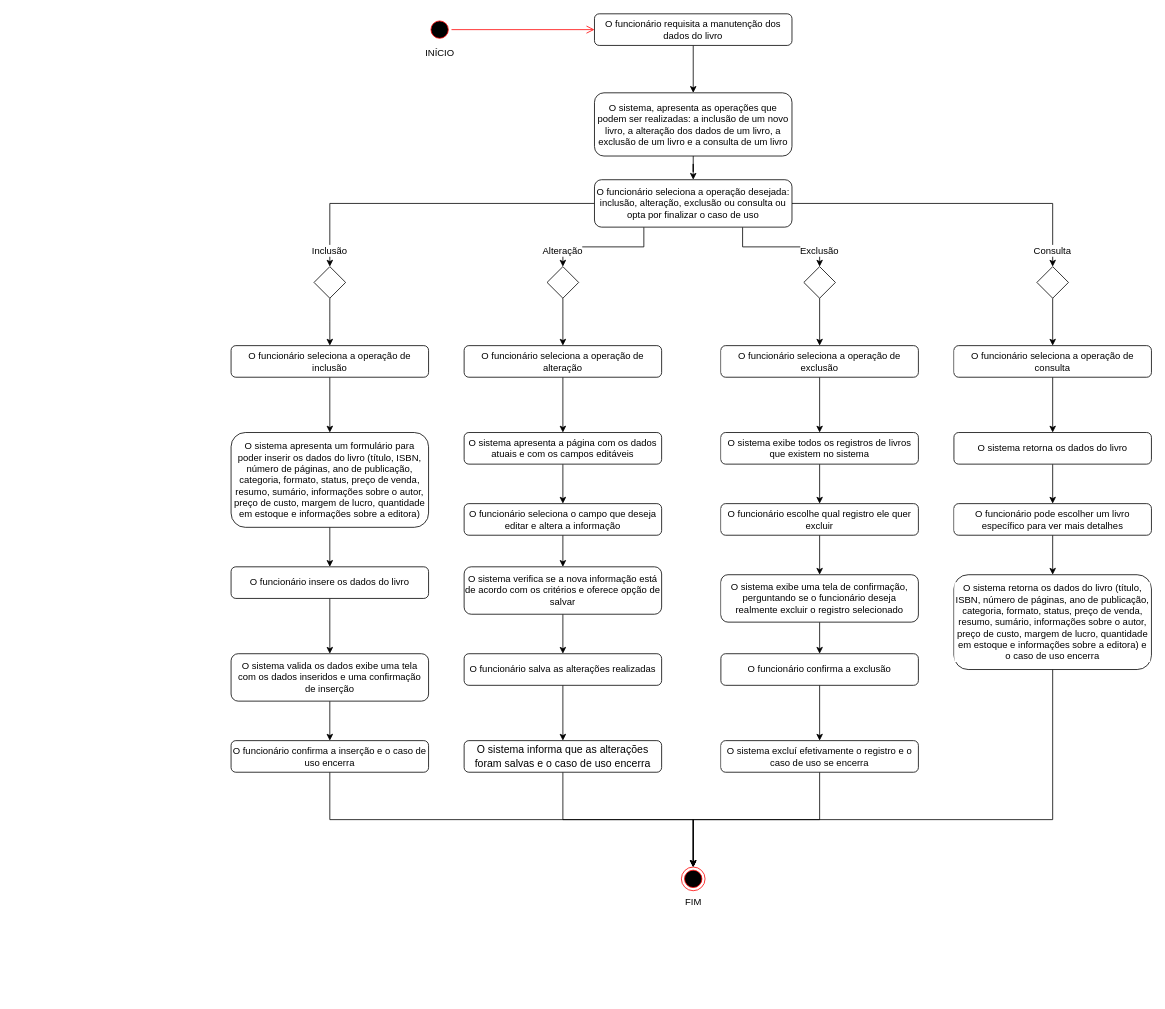
Before: Diagramas de atividade/Caso de uso 05.drawio in d4vwdi/engenharia-software, a draw.io diagram. Source tidied: cells renumbered, new cells numbered last; positions are measured from the earlier drawing's top-left corner, leaving out a move shared by most shapes. Both pictures are drawn from the tidied source at 79%, with x=0, y=0 at pixel (231, 13).
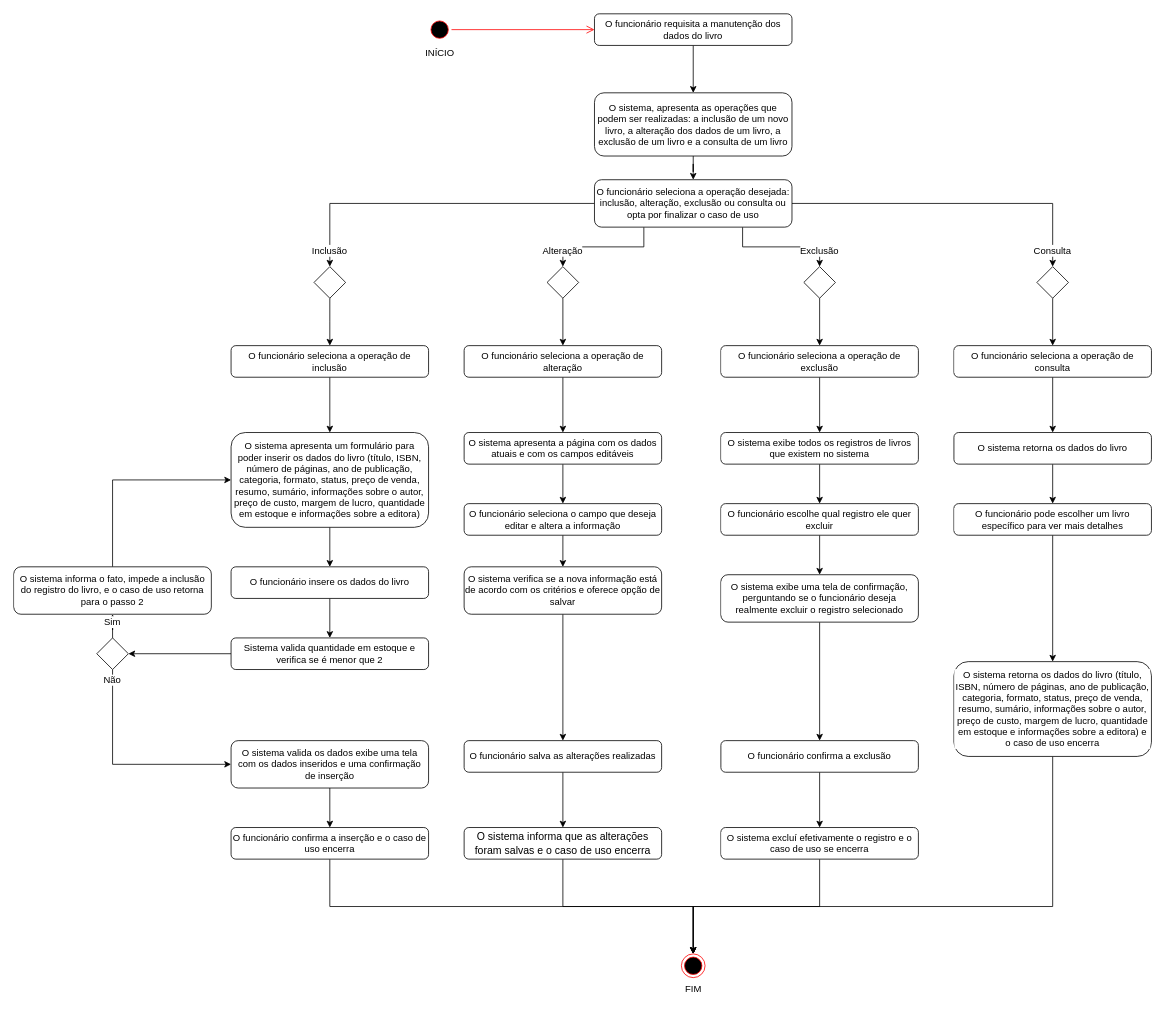
The same page after the edit.

Unchanged cells that the change refers to:
```xml
<mxCell id="19" value="O sistema apresenta um formulário para poder inserir os dados do livro (título, ISBN, número de páginas, ano de publicação, categoria, formato, status, preço de venda, resumo, sumário, informações sobre o autor, preço de custo, margem de lucro, quantidade em estoque e informações sobre a editora)" style="rounded=1;whiteSpace=wrap;html=1;verticalAlign=middle;align=center;" parent="1" vertex="1">
  <mxGeometry y="530" width="250" height="120" as="geometry" />
</mxCell>
<mxCell id="21" value="O funcionário insere os dados do livro" style="rounded=1;whiteSpace=wrap;html=1;verticalAlign=middle;align=center;" parent="1" vertex="1">
  <mxGeometry y="700" width="250" height="40" as="geometry" />
</mxCell>
```

What changed in the source:
```diff
@@
     <mxCell id="11" value="&lt;div&gt;FIM&lt;/div&gt;" style="ellipse;html=1;shape=endState;fillColor=#000000;strokeColor=#ff0000;align=center;verticalAlign=middle;labelPosition=center;verticalLabelPosition=bottom;" parent="1" vertex="1">
-      <mxGeometry x="570" y="1080" width="30" height="30" as="geometry" />
+      <mxGeometry x="570" y="1190" width="30" height="30" as="geometry" />
     </mxCell>
@@
-    <mxCell id="20" style="edgeStyle=orthogonalEdgeStyle;rounded=0;jettySize=auto;html=1;verticalAlign=middle;align=center;" parent="1" edge="1" source="21" target="23">
-      <mxGeometry relative="1" as="geometry" />
-    </mxCell>
+    <mxCell id="64" style="edgeStyle=orthogonalEdgeStyle;rounded=0;jettySize=auto;html=1;" parent="1" edge="1" source="21" target="69">
+      <mxGeometry relative="1" as="geometry" />
+    </mxCell>
@@
     <mxCell id="23" value="O sistema valida os dados exibe uma tela com os dados inseridos e uma confirmação de inserção" style="rounded=1;whiteSpace=wrap;html=1;verticalAlign=middle;align=center;" parent="1" vertex="1">
-      <mxGeometry y="810" width="250" height="60" as="geometry" />
+      <mxGeometry y="920" width="250" height="60" as="geometry" />
     </mxCell>
@@
     <mxCell id="25" value="O funcionário confirma a inserção e o caso de uso encerra" style="rounded=1;whiteSpace=wrap;html=1;verticalAlign=middle;align=center;" parent="1" vertex="1">
-      <mxGeometry y="920" width="250" height="40" as="geometry" />
+      <mxGeometry y="1030" width="250" height="40" as="geometry" />
     </mxCell>
@@
     <mxCell id="37" value="O funcionário salva as alterações realizadas" style="whiteSpace=wrap;html=1;rounded=1;verticalAlign=middle;align=center;" parent="1" vertex="1">
-      <mxGeometry x="295" y="810" width="250" height="40" as="geometry" />
+      <mxGeometry x="295" y="920" width="250" height="40" as="geometry" />
     </mxCell>
@@
     <mxCell id="39" value="&lt;span class=&quot;TextRun SCXW80983884 BCX2&quot; style=&quot;font-size: 10pt; line-height: 17.2667px; font-family: Arial, &amp;quot;Arial_EmbeddedFont&amp;quot;, &amp;quot;Arial_MSFontService&amp;quot;, sans-serif;&quot; lang=&quot;PT-BR&quot;&gt;&lt;span class=&quot;NormalTextRun SCXW80983884 BCX2&quot;&gt;O sistema informa que as alterações foram salvas e &lt;/span&gt;&lt;span class=&quot;NormalTextRun SCXW80983884 BCX2&quot;&gt;o caso de uso encerra&lt;/span&gt;&lt;/span&gt;" style="rounded=1;whiteSpace=wrap;html=1;verticalAlign=middle;align=center;" parent="1" vertex="1">
-      <mxGeometry x="295" y="920" width="250" height="40" as="geometry" />
+      <mxGeometry x="295" y="1030" width="250" height="40" as="geometry" />
     </mxCell>
@@
     <mxCell id="51" value="O funcionário confirma a exclusão" style="whiteSpace=wrap;html=1;rounded=1;labelBackgroundColor=default;" parent="1" vertex="1">
-      <mxGeometry x="620" y="810" width="250" height="40" as="geometry" />
+      <mxGeometry x="620" y="920" width="250" height="40" as="geometry" />
     </mxCell>
@@
     <mxCell id="53" value="O sistema excluí efetivamente o registro e o caso de uso se encerra" style="whiteSpace=wrap;html=1;rounded=1;labelBackgroundColor=default;" parent="1" vertex="1">
-      <mxGeometry x="620" y="920" width="250" height="40" as="geometry" />
+      <mxGeometry x="620" y="1030" width="250" height="40" as="geometry" />
     </mxCell>
@@
     <mxCell id="62" style="edgeStyle=orthogonalEdgeStyle;rounded=0;jettySize=auto;html=1;entryX=0.5;entryY=0;entryDx=0;entryDy=0;exitX=0.5;exitY=1;exitDx=0;exitDy=0;" parent="1" edge="1" source="63" target="11">
       <mxGeometry relative="1" as="geometry">
         <Array as="points">
-          <mxPoint x="1040" y="1020" />
-          <mxPoint x="585" y="1020" />
+          <mxPoint x="1040" y="1130" />
+          <mxPoint x="585" y="1130" />
         </Array>
       </mxGeometry>
     </mxCell>
     <mxCell id="63" value="O sistema retorna os dados do livro (título, ISBN, número de páginas, ano de publicação, categoria, formato, status, preço de venda, resumo, sumário, informações sobre o autor, preço de custo, margem de lucro, quantidade em estoque e informações sobre a editora) e o caso de uso encerra" style="whiteSpace=wrap;html=1;rounded=1;labelBackgroundColor=default;" parent="1" vertex="1">
-      <mxGeometry x="915" y="710" width="250" height="120" as="geometry" />
+      <mxGeometry x="915" y="820" width="250" height="120" as="geometry" />
     </mxCell>
+    <mxCell id="65" style="edgeStyle=orthogonalEdgeStyle;rounded=0;jettySize=auto;html=1;" parent="1" edge="1" source="67" target="71">
+      <mxGeometry relative="1" as="geometry" />
+    </mxCell>
+    <mxCell id="66" style="edgeStyle=orthogonalEdgeStyle;rounded=0;jettySize=auto;html=1;entryX=0;entryY=0.5;entryDx=0;entryDy=0;exitX=0.5;exitY=1;exitDx=0;exitDy=0;" parent="1" edge="1" source="67" target="23">
+      <mxGeometry relative="1" as="geometry" />
+    </mxCell>
+    <mxCell id="67" value="Sim" style="rhombus;whiteSpace=wrap;html=1;labelPosition=center;verticalLabelPosition=top;align=center;verticalAlign=middle;labelBackgroundColor=default;" parent="1" vertex="1">
+      <mxGeometry x="-170" y="790" width="40" height="40" as="geometry" />
+    </mxCell>
+    <mxCell id="68" style="edgeStyle=orthogonalEdgeStyle;rounded=0;jettySize=auto;html=1;entryX=1;entryY=0.5;entryDx=0;entryDy=0;" parent="1" edge="1" source="69" target="67">
+      <mxGeometry relative="1" as="geometry" />
+    </mxCell>
+    <mxCell id="69" value="Sistema valida quantidade em estoque e verifica se é menor que 2" style="whiteSpace=wrap;html=1;rounded=1;" parent="1" vertex="1">
+      <mxGeometry y="790" width="250" height="40" as="geometry" />
+    </mxCell>
+    <mxCell id="70" style="edgeStyle=orthogonalEdgeStyle;rounded=0;jettySize=auto;html=1;entryX=0;entryY=0.5;entryDx=0;entryDy=0;exitX=0.5;exitY=0;exitDx=0;exitDy=0;" parent="1" edge="1" source="71" target="19">
+      <mxGeometry relative="1" as="geometry" />
+    </mxCell>
+    <mxCell id="71" value="O sistema informa o fato, impede a inclusão do registro do livro, e o caso de uso retorna para o passo 2" style="rounded=1;whiteSpace=wrap;html=1;labelBackgroundColor=default;" parent="1" vertex="1">
+      <mxGeometry x="-275" y="700" width="250" height="60" as="geometry" />
+    </mxCell>
+    <mxCell id="72" value="Não" style="text;html=1;strokeColor=none;fillColor=none;align=center;verticalAlign=top;whiteSpace=wrap;rounded=0;labelBackgroundColor=default;labelPosition=center;verticalLabelPosition=bottom;" parent="1" vertex="1">
+      <mxGeometry x="-180" y="800" width="60" height="30" as="geometry" />
+    </mxCell>
```
